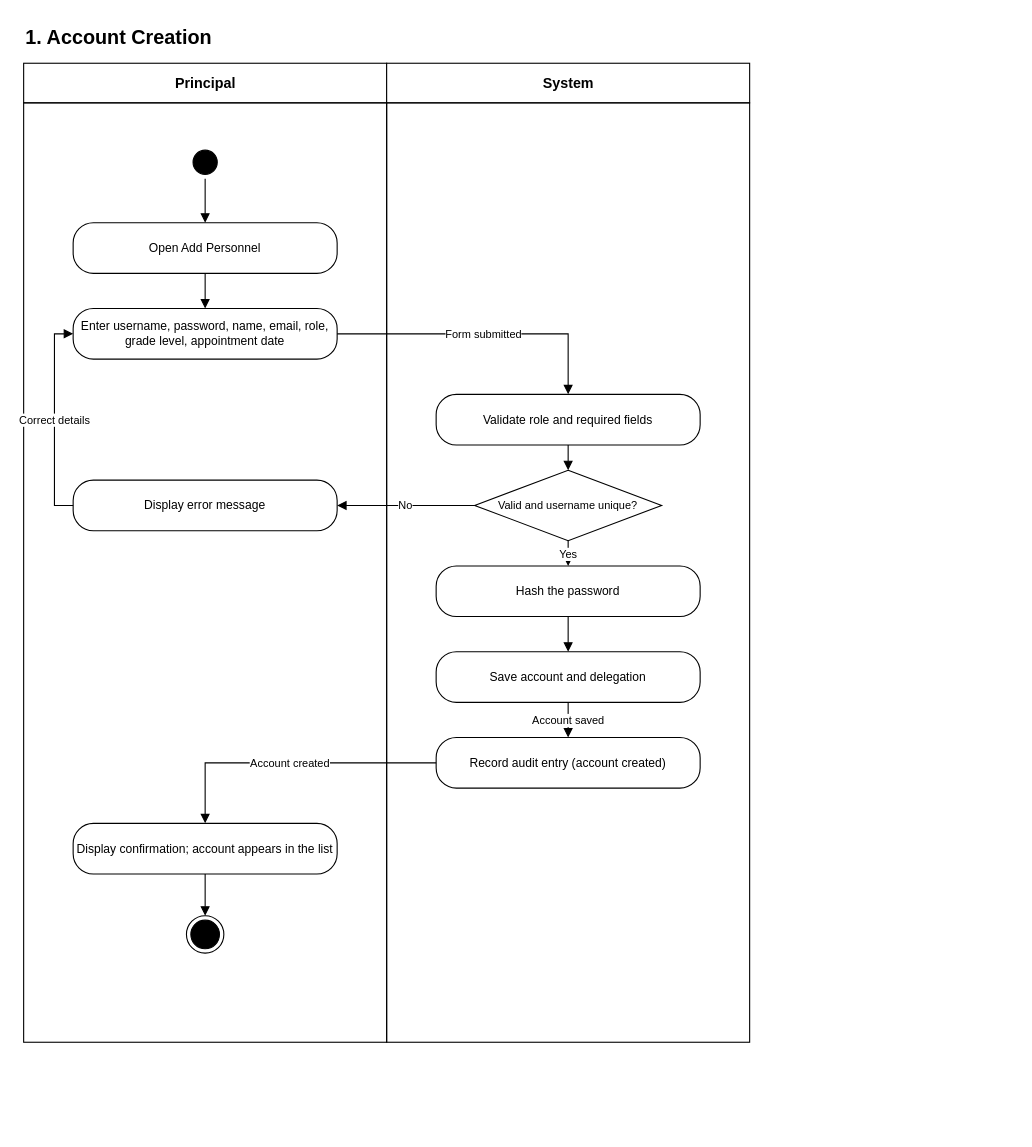
sjekob/Task-and-Event-Management-System keeps this draw.io diagram as page "1. Account Creation" (1 of 14) of docs/TaskNet_Personnel_Activity.drawio. Above is the earlier version. Source tidied: cells renumbered, new cells numbered last; positions are measured from the earlier drawing's top-left corner, leaving out a move shared by most shapes. Both pictures are drawn from the tidied source at 110%, with x=0, y=0 at pixel (23, 19).
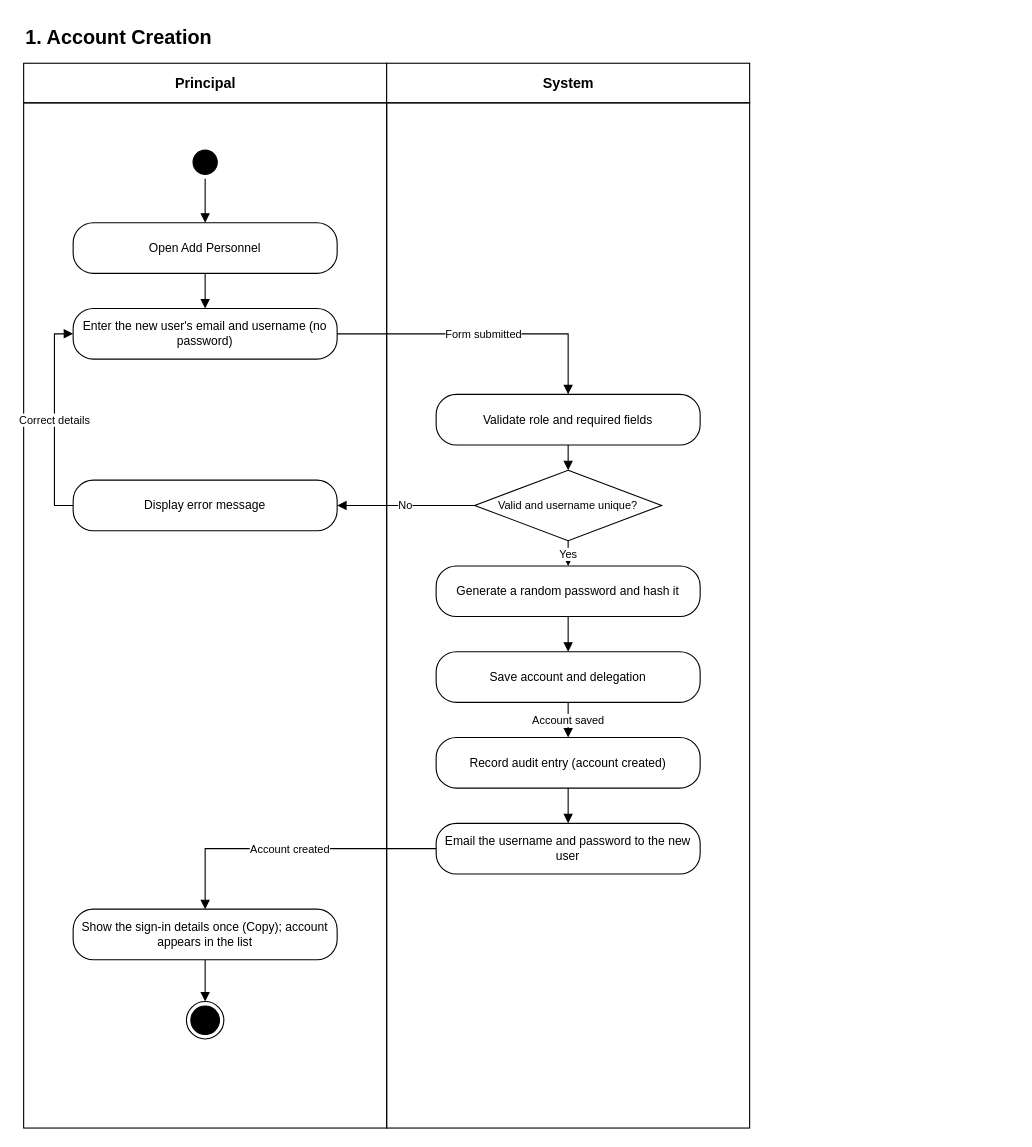
The same diagram, later.

The edit, as a diff of the source:
```diff
@@
     <mxCell id="4" style="rounded=0;html=1;fillColor=none;strokeColor=#000000;" parent="1" vertex="1">
-      <mxGeometry y="76" width="330" height="854" as="geometry" />
+      <mxGeometry y="76" width="330" height="932" as="geometry" />
     </mxCell>
@@
     <mxCell id="6" style="rounded=0;html=1;fillColor=none;strokeColor=#000000;" parent="1" vertex="1">
-      <mxGeometry x="330" y="76" width="330" height="854" as="geometry" />
+      <mxGeometry x="330" y="76" width="330" height="932" as="geometry" />
     </mxCell>
@@
-    <mxCell id="9" value="Enter username, password, name, email, role, grade level, appointment date" style="rounded=1;arcSize=40;whiteSpace=wrap;html=1;fillColor=#ffffff;strokeColor=#000000;fontColor=#000000;fontSize=11;" parent="1" vertex="1">
+    <mxCell id="9" value="Enter the new user's email and username (no password)" style="rounded=1;arcSize=40;whiteSpace=wrap;html=1;fillColor=#ffffff;strokeColor=#000000;fontColor=#000000;fontSize=11;" parent="1" vertex="1">
       <mxGeometry x="45" y="263" width="240" height="46" as="geometry" />
     </mxCell>
@@
-    <mxCell id="13" value="Hash the password" style="rounded=1;arcSize=40;whiteSpace=wrap;html=1;fillColor=#ffffff;strokeColor=#000000;fontColor=#000000;fontSize=11;" parent="1" vertex="1">
+    <mxCell id="13" value="Generate a random password and hash it" style="rounded=1;arcSize=40;whiteSpace=wrap;html=1;fillColor=#ffffff;strokeColor=#000000;fontColor=#000000;fontSize=11;" parent="1" vertex="1">
       <mxGeometry x="375" y="497" width="240" height="46" as="geometry" />
     </mxCell>
@@
-    <mxCell id="16" value="Display confirmation; account appears in the list" style="rounded=1;arcSize=40;whiteSpace=wrap;html=1;fillColor=#ffffff;strokeColor=#000000;fontColor=#000000;fontSize=11;" parent="1" vertex="1">
-      <mxGeometry x="45" y="731" width="240" height="46" as="geometry" />
+    <mxCell id="16" value="Email the username and password to the new user" style="rounded=1;arcSize=40;whiteSpace=wrap;html=1;fillColor=#ffffff;strokeColor=#000000;fontColor=#000000;fontSize=11;" parent="1" vertex="1">
+      <mxGeometry x="375" y="731" width="240" height="46" as="geometry" />
     </mxCell>
-    <mxCell id="17" style="ellipse;html=1;shape=endState;fillColor=#000000;strokeColor=#000000;" parent="1" vertex="1">
-      <mxGeometry x="148" y="815" width="34" height="34" as="geometry" />
+    <mxCell id="17" value="Show the sign-in details once (Copy); account appears in the list" style="rounded=1;arcSize=40;whiteSpace=wrap;html=1;fillColor=#ffffff;strokeColor=#000000;fontColor=#000000;fontSize=11;" parent="1" vertex="1">
+      <mxGeometry x="45" y="809" width="240" height="46" as="geometry" />
     </mxCell>
-    <mxCell id="18" style="edgeStyle=none;rounded=0;html=1;endArrow=block;endFill=1;endSize=6;strokeColor=#000000;fontColor=#000000;fontSize=10;labelBackgroundColor=#ffffff;" parent="1" edge="1">
-      <mxGeometry relative="1" as="geometry">
-        <mxPoint x="165" y="145" as="sourcePoint" />
-        <mxPoint x="165" y="185" as="targetPoint" />
-      </mxGeometry>
+    <mxCell id="18" style="ellipse;html=1;shape=endState;fillColor=#000000;strokeColor=#000000;" parent="1" vertex="1">
+      <mxGeometry x="148" y="893" width="34" height="34" as="geometry" />
     </mxCell>
     <mxCell id="19" style="edgeStyle=none;rounded=0;html=1;endArrow=block;endFill=1;endSize=6;strokeColor=#000000;fontColor=#000000;fontSize=10;labelBackgroundColor=#ffffff;" parent="1" edge="1">
       <mxGeometry relative="1" as="geometry">
-        <mxPoint x="165" y="231" as="sourcePoint" />
-        <mxPoint x="165" y="263" as="targetPoint" />
+        <mxPoint x="165" y="145" as="sourcePoint" />
+        <mxPoint x="165" y="185" as="targetPoint" />
       </mxGeometry>
     </mxCell>
-    <mxCell id="20" value="Form submitted" style="edgeStyle=none;rounded=0;html=1;endArrow=block;endFill=1;endSize=6;strokeColor=#000000;fontColor=#000000;fontSize=10;labelBackgroundColor=#ffffff;" parent="1" edge="1">
+    <mxCell id="20" style="edgeStyle=none;rounded=0;html=1;endArrow=block;endFill=1;endSize=6;strokeColor=#000000;fontColor=#000000;fontSize=10;labelBackgroundColor=#ffffff;" parent="1" edge="1">
       <mxGeometry relative="1" as="geometry">
-        <mxPoint x="285" y="286" as="sourcePoint" />
-        <mxPoint x="495" y="341" as="targetPoint" />
-        <Array as="points">
-          <mxPoint x="495" y="286" />
-        </Array>
+        <mxPoint x="165" y="231" as="sourcePoint" />
+        <mxPoint x="165" y="263" as="targetPoint" />
       </mxGeometry>
     </mxCell>
-    <mxCell id="21" style="edgeStyle=none;rounded=0;html=1;endArrow=block;endFill=1;endSize=6;strokeColor=#000000;fontColor=#000000;fontSize=10;labelBackgroundColor=#ffffff;" parent="1" edge="1">
+    <mxCell id="21" value="Form submitted" style="edgeStyle=none;rounded=0;html=1;endArrow=block;endFill=1;endSize=6;strokeColor=#000000;fontColor=#000000;fontSize=10;labelBackgroundColor=#ffffff;" parent="1" edge="1">
       <mxGeometry relative="1" as="geometry">
-        <mxPoint x="495" y="387" as="sourcePoint" />
-        <mxPoint x="495" y="410" as="targetPoint" />
+        <mxPoint x="285" y="286" as="sourcePoint" />
+        <mxPoint x="495" y="341" as="targetPoint" />
+        <Array as="points">
+          <mxPoint x="495" y="286" />
+        </Array>
       </mxGeometry>
     </mxCell>
-    <mxCell id="22" value="No" style="edgeStyle=none;rounded=0;html=1;endArrow=block;endFill=1;endSize=6;strokeColor=#000000;fontColor=#000000;fontSize=10;labelBackgroundColor=#ffffff;" parent="1" edge="1">
+    <mxCell id="22" style="edgeStyle=none;rounded=0;html=1;endArrow=block;endFill=1;endSize=6;strokeColor=#000000;fontColor=#000000;fontSize=10;labelBackgroundColor=#ffffff;" parent="1" edge="1">
       <mxGeometry relative="1" as="geometry">
-        <mxPoint x="410" y="442" as="sourcePoint" />
-        <mxPoint x="285" y="442" as="targetPoint" />
+        <mxPoint x="495" y="387" as="sourcePoint" />
+        <mxPoint x="495" y="410" as="targetPoint" />
       </mxGeometry>
     </mxCell>
-    <mxCell id="23" value="Correct details" style="edgeStyle=none;rounded=0;html=1;endArrow=block;endFill=1;endSize=6;strokeColor=#000000;fontColor=#000000;fontSize=10;labelBackgroundColor=#ffffff;" parent="1" edge="1">
+    <mxCell id="23" value="No" style="edgeStyle=none;rounded=0;html=1;endArrow=block;endFill=1;endSize=6;strokeColor=#000000;fontColor=#000000;fontSize=10;labelBackgroundColor=#ffffff;" parent="1" edge="1">
       <mxGeometry relative="1" as="geometry">
-        <mxPoint x="45" y="442" as="sourcePoint" />
-        <mxPoint x="45" y="286" as="targetPoint" />
-        <Array as="points">
-          <mxPoint x="28" y="442" />
-          <mxPoint x="28" y="286" />
-        </Array>
+        <mxPoint x="410" y="442" as="sourcePoint" />
+        <mxPoint x="285" y="442" as="targetPoint" />
       </mxGeometry>
     </mxCell>
-    <mxCell id="24" value="Yes" style="edgeStyle=none;rounded=0;html=1;endArrow=block;endFill=1;endSize=6;strokeColor=#000000;fontColor=#000000;fontSize=10;labelBackgroundColor=#ffffff;" parent="1" edge="1">
+    <mxCell id="24" value="Correct details" style="edgeStyle=none;rounded=0;html=1;endArrow=block;endFill=1;endSize=6;strokeColor=#000000;fontColor=#000000;fontSize=10;labelBackgroundColor=#ffffff;" parent="1" edge="1">
       <mxGeometry relative="1" as="geometry">
-        <mxPoint x="495" y="474" as="sourcePoint" />
-        <mxPoint x="495" y="497" as="targetPoint" />
+        <mxPoint x="45" y="442" as="sourcePoint" />
+        <mxPoint x="45" y="286" as="targetPoint" />
+        <Array as="points">
+          <mxPoint x="28" y="442" />
+          <mxPoint x="28" y="286" />
+        </Array>
       </mxGeometry>
     </mxCell>
-    <mxCell id="25" style="edgeStyle=none;rounded=0;html=1;endArrow=block;endFill=1;endSize=6;strokeColor=#000000;fontColor=#000000;fontSize=10;labelBackgroundColor=#ffffff;" parent="1" edge="1">
+    <mxCell id="25" value="Yes" style="edgeStyle=none;rounded=0;html=1;endArrow=block;endFill=1;endSize=6;strokeColor=#000000;fontColor=#000000;fontSize=10;labelBackgroundColor=#ffffff;" parent="1" edge="1">
       <mxGeometry relative="1" as="geometry">
-        <mxPoint x="495" y="543" as="sourcePoint" />
-        <mxPoint x="495" y="575" as="targetPoint" />
+        <mxPoint x="495" y="474" as="sourcePoint" />
+        <mxPoint x="495" y="497" as="targetPoint" />
       </mxGeometry>
     </mxCell>
-    <mxCell id="26" value="Account saved" style="edgeStyle=none;rounded=0;html=1;endArrow=block;endFill=1;endSize=6;strokeColor=#000000;fontColor=#000000;fontSize=10;labelBackgroundColor=#ffffff;" parent="1" edge="1">
+    <mxCell id="26" style="edgeStyle=none;rounded=0;html=1;endArrow=block;endFill=1;endSize=6;strokeColor=#000000;fontColor=#000000;fontSize=10;labelBackgroundColor=#ffffff;" parent="1" edge="1">
       <mxGeometry relative="1" as="geometry">
-        <mxPoint x="495" y="621" as="sourcePoint" />
-        <mxPoint x="495" y="653" as="targetPoint" />
+        <mxPoint x="495" y="543" as="sourcePoint" />
+        <mxPoint x="495" y="575" as="targetPoint" />
       </mxGeometry>
     </mxCell>
-    <mxCell id="27" value="Account created" style="edgeStyle=none;rounded=0;html=1;endArrow=block;endFill=1;endSize=6;strokeColor=#000000;fontColor=#000000;fontSize=10;labelBackgroundColor=#ffffff;" parent="1" edge="1">
+    <mxCell id="27" value="Account saved" style="edgeStyle=none;rounded=0;html=1;endArrow=block;endFill=1;endSize=6;strokeColor=#000000;fontColor=#000000;fontSize=10;labelBackgroundColor=#ffffff;" parent="1" edge="1">
       <mxGeometry relative="1" as="geometry">
-        <mxPoint x="375" y="676" as="sourcePoint" />
-        <mxPoint x="165" y="731" as="targetPoint" />
-        <Array as="points">
-          <mxPoint x="165" y="676" />
-        </Array>
+        <mxPoint x="495" y="621" as="sourcePoint" />
+        <mxPoint x="495" y="653" as="targetPoint" />
       </mxGeometry>
     </mxCell>
     <mxCell id="28" style="edgeStyle=none;rounded=0;html=1;endArrow=block;endFill=1;endSize=6;strokeColor=#000000;fontColor=#000000;fontSize=10;labelBackgroundColor=#ffffff;" parent="1" edge="1">
       <mxGeometry relative="1" as="geometry">
-        <mxPoint x="165" y="777" as="sourcePoint" />
-        <mxPoint x="165" y="815" as="targetPoint" />
+        <mxPoint x="495" y="699" as="sourcePoint" />
+        <mxPoint x="495" y="731" as="targetPoint" />
       </mxGeometry>
     </mxCell>
+    <mxCell id="29" value="Account created" style="edgeStyle=none;rounded=0;html=1;endArrow=block;endFill=1;endSize=6;strokeColor=#000000;fontColor=#000000;fontSize=10;labelBackgroundColor=#ffffff;" parent="1" edge="1">
+      <mxGeometry relative="1" as="geometry">
+        <mxPoint x="375" y="754" as="sourcePoint" />
+        <mxPoint x="165" y="809" as="targetPoint" />
+        <Array as="points">
+          <mxPoint x="165" y="754" />
+        </Array>
+      </mxGeometry>
+    </mxCell>
+    <mxCell id="30" style="edgeStyle=none;rounded=0;html=1;endArrow=block;endFill=1;endSize=6;strokeColor=#000000;fontColor=#000000;fontSize=10;labelBackgroundColor=#ffffff;" parent="1" edge="1">
+      <mxGeometry relative="1" as="geometry">
+        <mxPoint x="165" y="855" as="sourcePoint" />
+        <mxPoint x="165" y="893" as="targetPoint" />
+      </mxGeometry>
+    </mxCell>
```
